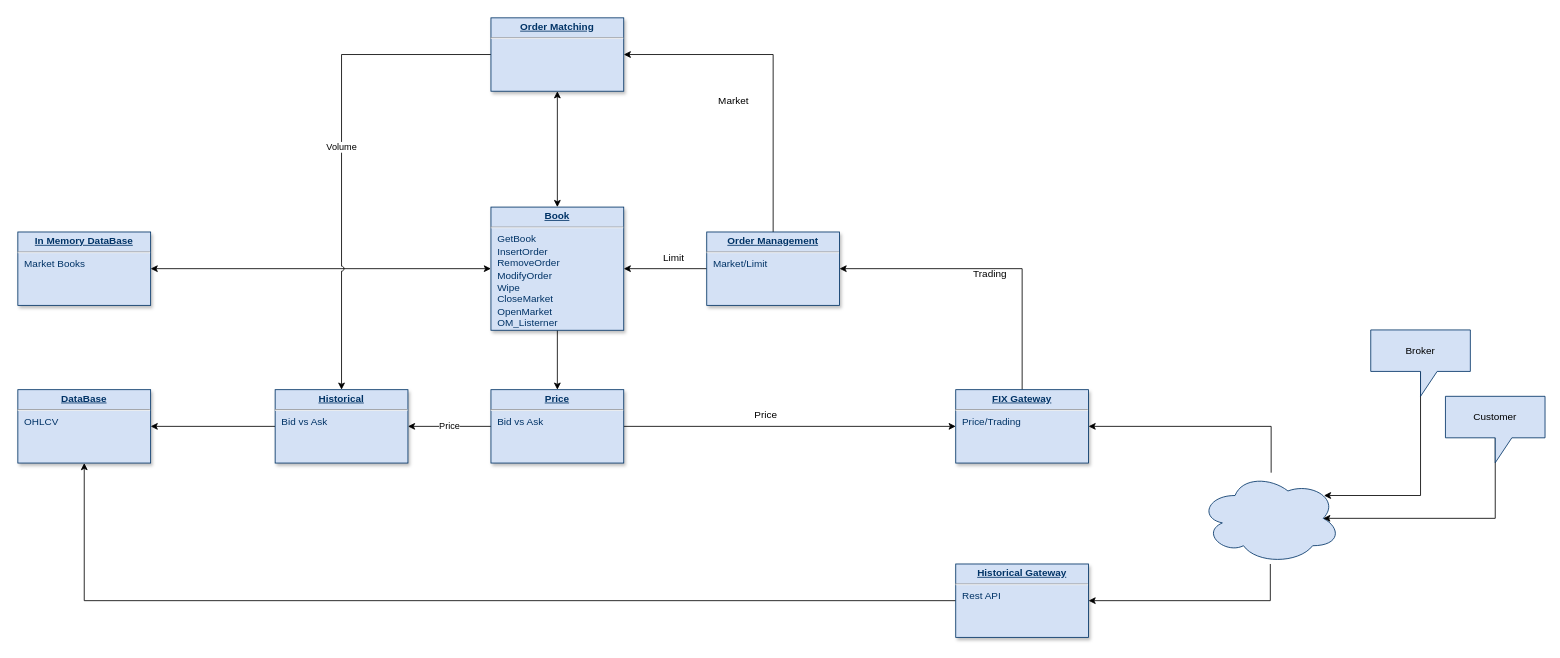
The draw.io diagram page "HLD" (1 of 2) of Doc/HLD.drawio in shuodata/Babieca, before the edit. Source tidied: cells renumbered, new cells numbered last; positions are measured from the earlier drawing's top-left corner, leaving out a move shared by most shapes. Both pictures are drawn from the tidied source at 83%, with x=0, y=0 at pixel (17, 17).
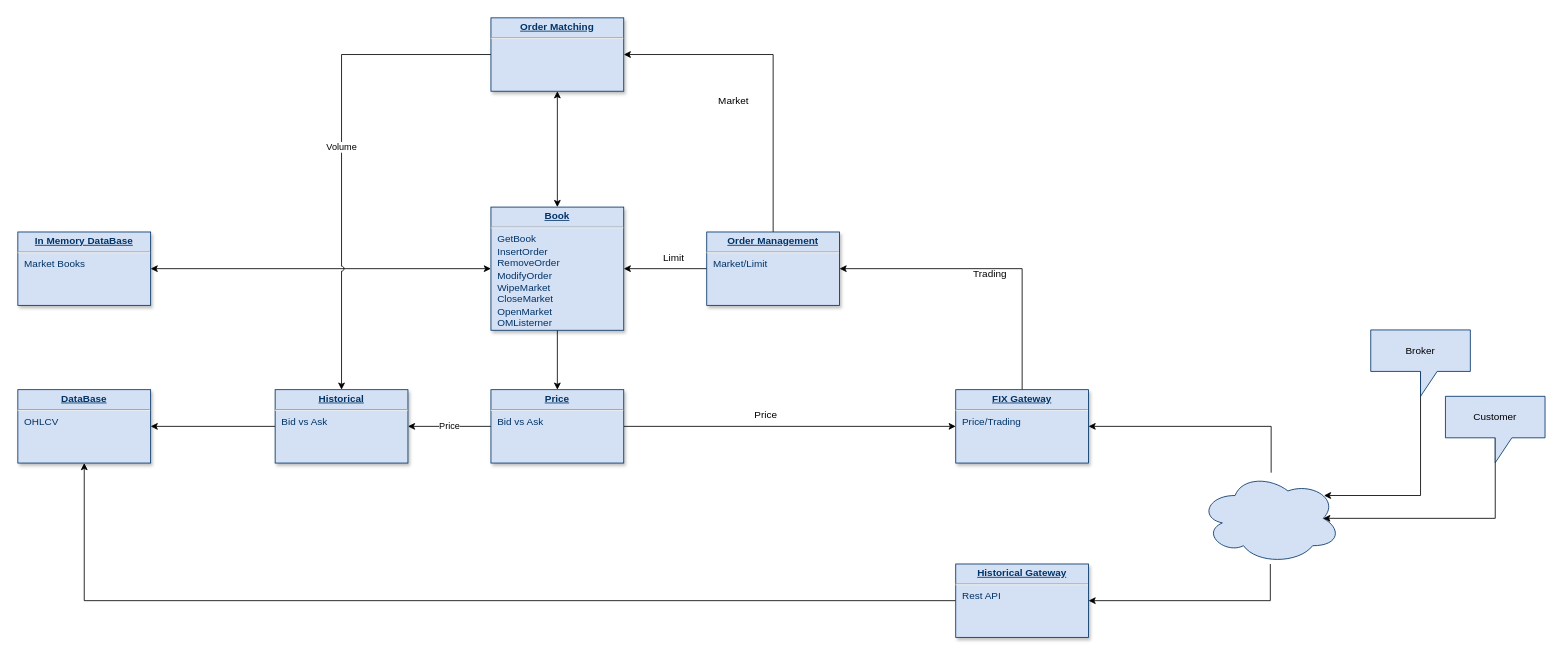
Above is the later version.

What changed in the source:
```diff
@@
-    <mxCell id="5" value="&lt;p style=&quot;margin: 0px ; margin-top: 4px ; text-align: center ; text-decoration: underline&quot;&gt;&lt;strong&gt;Book&lt;/strong&gt;&lt;/p&gt;&lt;hr&gt;&lt;p style=&quot;margin: 0px 0px 0px 8px&quot;&gt;GetBook&lt;/p&gt;&lt;p style=&quot;margin: 0px 0px 0px 8px&quot;&gt;InsertOrder&lt;/p&gt;&lt;p style=&quot;margin: 0px 0px 0px 8px&quot;&gt;RemoveOrder&lt;/p&gt;&lt;p style=&quot;margin: 0px 0px 0px 8px&quot;&gt;ModifyOrder&lt;/p&gt;&lt;p style=&quot;margin: 0px 0px 0px 8px&quot;&gt;Wipe&lt;/p&gt;&lt;p style=&quot;margin: 0px 0px 0px 8px&quot;&gt;CloseMarket&lt;/p&gt;&lt;p style=&quot;margin: 0px 0px 0px 8px&quot;&gt;OpenMarket&lt;/p&gt;&lt;p style=&quot;margin: 0px 0px 0px 8px&quot;&gt;OM_Listerner&lt;/p&gt;&lt;p style=&quot;margin: 0px ; margin-left: 8px&quot;&gt;&lt;br&gt;&lt;/p&gt;" style="verticalAlign=top;align=left;overflow=fill;fontSize=12;fontFamily=Helvetica;html=1;strokeColor=#003366;shadow=1;fillColor=#D4E1F5;fontColor=#003366;" parent="1" vertex="1">
+    <mxCell id="5" value="&lt;p style=&quot;margin: 0px ; margin-top: 4px ; text-align: center ; text-decoration: underline&quot;&gt;&lt;strong&gt;Book&lt;/strong&gt;&lt;/p&gt;&lt;hr&gt;&lt;p style=&quot;margin: 0px 0px 0px 8px&quot;&gt;GetBook&lt;/p&gt;&lt;p style=&quot;margin: 0px 0px 0px 8px&quot;&gt;InsertOrder&lt;/p&gt;&lt;p style=&quot;margin: 0px 0px 0px 8px&quot;&gt;RemoveOrder&lt;/p&gt;&lt;p style=&quot;margin: 0px 0px 0px 8px&quot;&gt;ModifyOrder&lt;/p&gt;&lt;p style=&quot;margin: 0px 0px 0px 8px&quot;&gt;WipeMarket&lt;/p&gt;&lt;p style=&quot;margin: 0px 0px 0px 8px&quot;&gt;CloseMarket&lt;/p&gt;&lt;p style=&quot;margin: 0px 0px 0px 8px&quot;&gt;OpenMarket&lt;/p&gt;&lt;p style=&quot;margin: 0px 0px 0px 8px&quot;&gt;OMListerner&lt;/p&gt;&lt;p style=&quot;margin: 0px ; margin-left: 8px&quot;&gt;&lt;br&gt;&lt;/p&gt;" style="verticalAlign=top;align=left;overflow=fill;fontSize=12;fontFamily=Helvetica;html=1;strokeColor=#003366;shadow=1;fillColor=#D4E1F5;fontColor=#003366;" parent="1" vertex="1">
       <mxGeometry x="570" y="228" width="160" height="148.4" as="geometry" />
     </mxCell>
```
